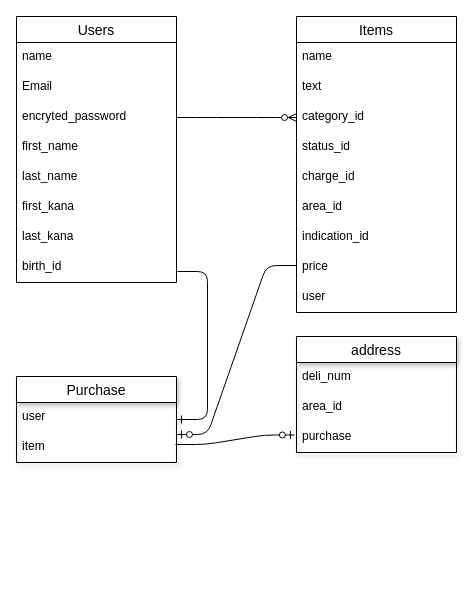
Above: ER.dio in ma-bo-3711/furima-36252 (draw.io), before the change. Source tidied: cells renumbered, new cells numbered last; positions are measured from the earlier drawing's top-left corner, leaving out a move shared by most shapes. Both pictures are drawn from the tidied source at 100%, with x=0, y=0 at pixel (16, 16).
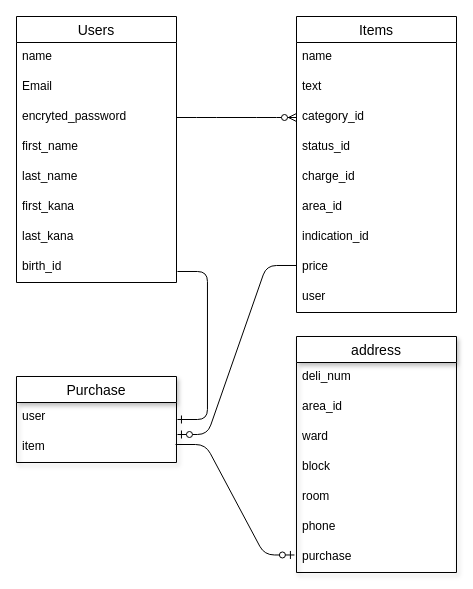
Above is the later version.

Change to the diagram source:
```diff
@@
     <mxCell id="24" value="address" style="swimlane;fontStyle=0;horizontal=1;startSize=26;align=center;fontSize=14;shadow=1;" parent="1" vertex="1">
-      <mxGeometry x="280" y="320" width="160" height="116" as="geometry" />
+      <mxGeometry x="280" y="320" width="160" height="236" as="geometry" />
     </mxCell>
@@
+    <mxCell id="32" value="ward" style="text;strokeColor=none;fillColor=none;spacingLeft=4;spacingRight=4;overflow=hidden;fontSize=12;" parent="24" vertex="1">
+      <mxGeometry y="86" width="160" height="30" as="geometry" />
+    </mxCell>
+    <mxCell id="33" value="block" style="text;strokeColor=none;fillColor=none;spacingLeft=4;spacingRight=4;overflow=hidden;fontSize=12;" parent="24" vertex="1">
+      <mxGeometry y="116" width="160" height="30" as="geometry" />
+    </mxCell>
+    <mxCell id="34" value="room" style="text;strokeColor=none;fillColor=none;spacingLeft=4;spacingRight=4;overflow=hidden;fontSize=12;" parent="24" vertex="1">
+      <mxGeometry y="146" width="160" height="30" as="geometry" />
+    </mxCell>
+    <mxCell id="35" value="phone" style="text;strokeColor=none;fillColor=none;spacingLeft=4;spacingRight=4;overflow=hidden;fontSize=12;" parent="24" vertex="1">
+      <mxGeometry y="176" width="160" height="30" as="geometry" />
+    </mxCell>
     <mxCell id="27" value="purchase" style="text;strokeColor=none;fillColor=none;spacingLeft=4;spacingRight=4;overflow=hidden;points=[[0,0.5],[1,0.5]];portConstraint=eastwest;fontSize=12;" parent="24" vertex="1">
-      <mxGeometry y="86" width="160" height="30" as="geometry" />
+      <mxGeometry y="206" width="160" height="30" as="geometry" />
     </mxCell>
```
